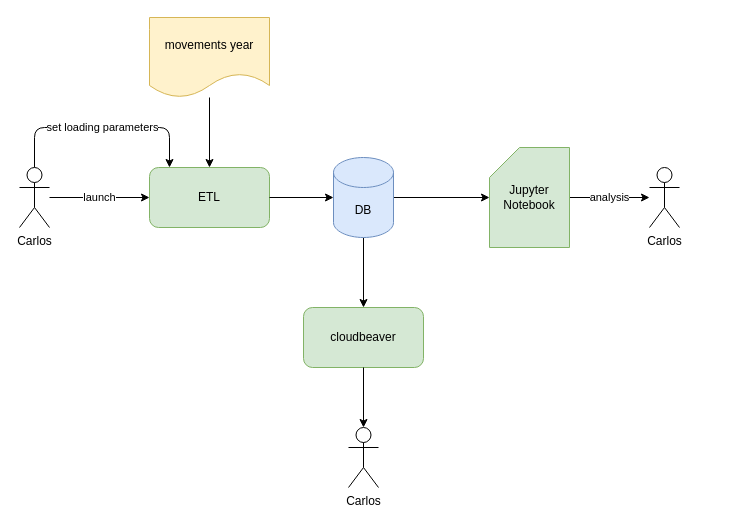
cperezh/DataEng_Patterns keeps this draw.io diagram as page "Architecture" (2 of 7) of diagrams/diagrams.dio. Above is the earlier version. Source tidied: cells renumbered, new cells numbered last; positions are measured from the earlier drawing's top-left corner, leaving out a move shared by most shapes. Both pictures are drawn from the tidied source at 100%, with x=0, y=0 at pixel (19, 17).
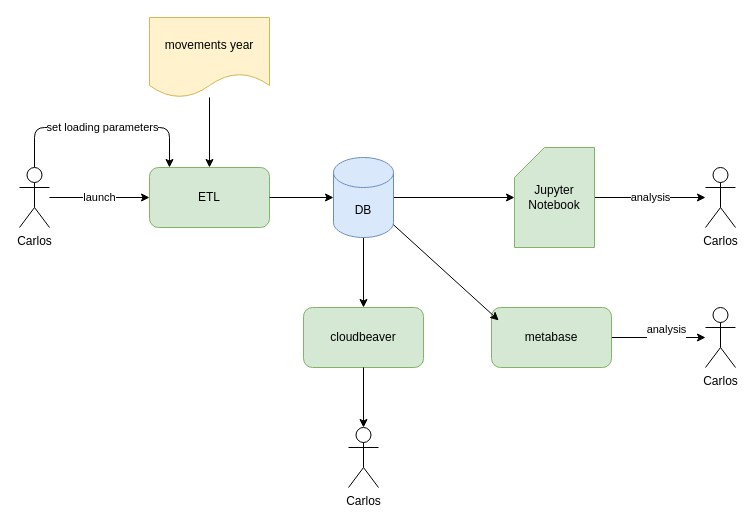
Above is the later version.

Commit message (it also covers changes not shown here):
add metabase restart.

Unchanged cells that the change refers to:
```xml
<mxCell id="10" value="DB" style="shape=cylinder3;whiteSpace=wrap;html=1;boundedLbl=1;backgroundOutline=1;size=15;fillColor=#dae8fc;strokeColor=#6c8ebf;" parent="1" vertex="1">
  <mxGeometry x="314" y="140" width="60" height="80" as="geometry" />
</mxCell>
```

What changed in the source:
```diff
@@
     <mxCell id="13" value="Jupyter Notebook" style="shape=card;whiteSpace=wrap;html=1;fillColor=#d5e8d4;strokeColor=#82b366;" parent="1" vertex="1">
-      <mxGeometry x="470" y="130" width="80" height="100" as="geometry" />
+      <mxGeometry x="495" y="130" width="80" height="100" as="geometry" />
     </mxCell>
     <mxCell id="14" value="Carlos" style="shape=umlActor;verticalLabelPosition=bottom;verticalAlign=top;html=1;outlineConnect=0;" parent="1" vertex="1">
-      <mxGeometry x="630" y="150" width="30" height="60" as="geometry" />
+      <mxGeometry x="686" y="150" width="30" height="60" as="geometry" />
     </mxCell>
-    <mxCell id="15" value="cloudbeaver" style="rounded=1;whiteSpace=wrap;html=1;fillColor=#d5e8d4;strokeColor=#82b366;" parent="1" vertex="1">
+    <mxCell id="15" value="cloudbeaver" style="rounded=1;whiteSpace=wrap;html=1;fillColor=#d5e8d4;strokeColor=#82b366;align=center;verticalAlign=middle;fontFamily=Helvetica;fontSize=12;fontColor=default;" parent="1" vertex="1">
       <mxGeometry x="284" y="290" width="120" height="60" as="geometry" />
     </mxCell>
-    <mxCell id="16" value="Carlos" style="shape=umlActor;verticalLabelPosition=bottom;verticalAlign=top;html=1;outlineConnect=0;" parent="1" vertex="1">
+    <mxCell id="16" value="Carlos" style="shape=umlActor;verticalLabelPosition=bottom;verticalAlign=top;html=1;outlineConnect=0;strokeColor=default;align=center;fontFamily=Helvetica;fontSize=12;fontColor=default;fillColor=default;" parent="1" vertex="1">
       <mxGeometry x="329" y="410" width="30" height="60" as="geometry" />
     </mxCell>
@@
+    <mxCell id="18" style="edgeStyle=none;html=1;" parent="1" edge="1" source="20" target="22">
+      <mxGeometry relative="1" as="geometry" />
+    </mxCell>
+    <mxCell id="19" value="analysis&lt;div&gt;&lt;br&gt;&lt;/div&gt;" style="edgeLabel;html=1;align=center;verticalAlign=middle;" parent="18" vertex="1">
+      <mxGeometry x="0.15" y="2" relative="1" as="geometry" />
+    </mxCell>
+    <mxCell id="20" value="metabase" style="rounded=1;whiteSpace=wrap;html=1;fillColor=#d5e8d4;strokeColor=#82b366;align=center;verticalAlign=middle;fontFamily=Helvetica;fontSize=12;fontColor=default;" parent="1" vertex="1">
+      <mxGeometry x="472" y="290" width="120" height="60" as="geometry" />
+    </mxCell>
+    <mxCell id="21" style="edgeStyle=none;html=1;entryX=0.06;entryY=0.215;entryDx=0;entryDy=0;entryPerimeter=0;" parent="1" edge="1" source="10" target="20">
+      <mxGeometry relative="1" as="geometry" />
+    </mxCell>
+    <mxCell id="22" value="Carlos" style="shape=umlActor;verticalLabelPosition=bottom;verticalAlign=top;html=1;outlineConnect=0;strokeColor=default;align=center;fontFamily=Helvetica;fontSize=12;fontColor=default;fillColor=default;" parent="1" vertex="1">
+      <mxGeometry x="686" y="290" width="30" height="60" as="geometry" />
+    </mxCell>
```
